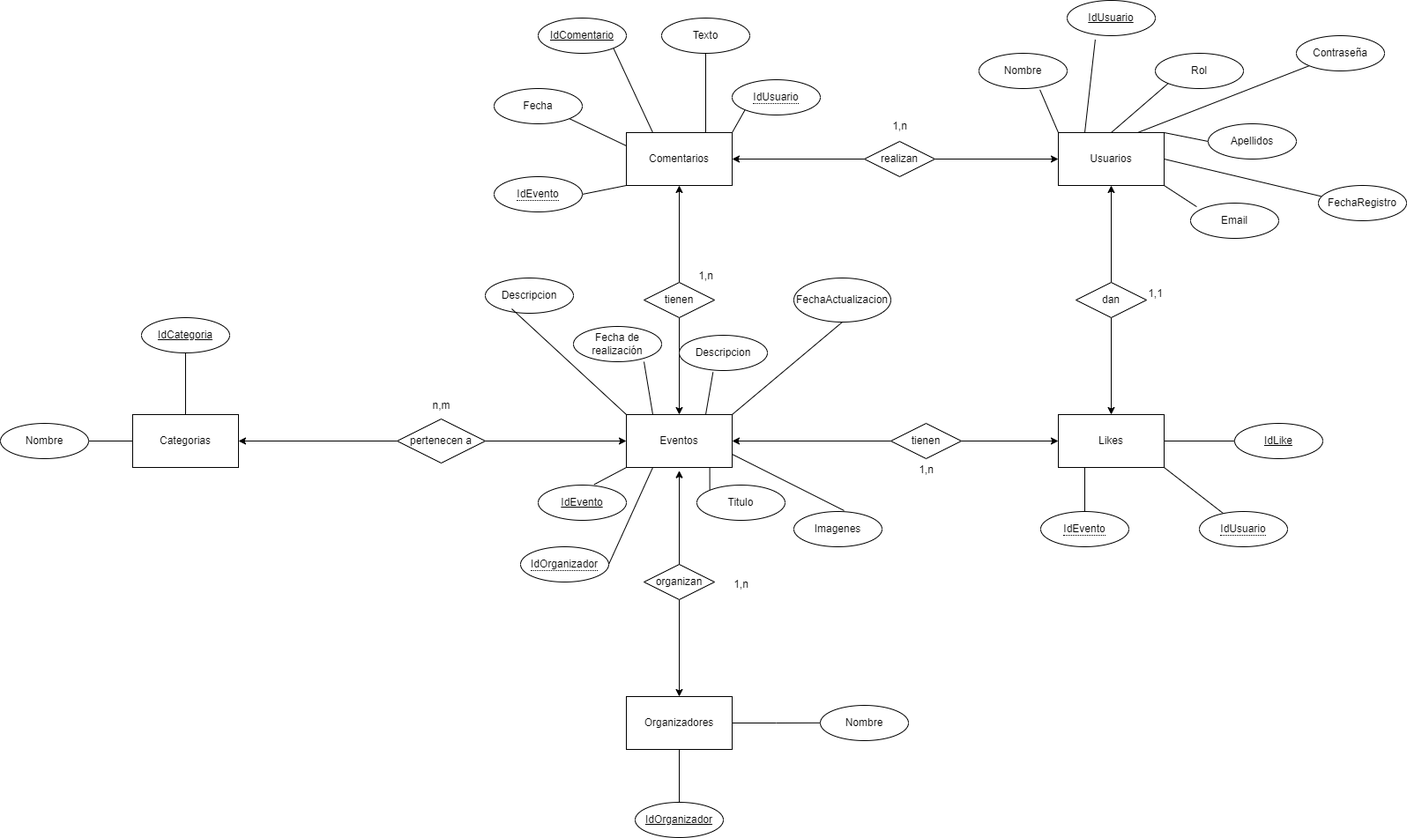
bibifupi/BitFest keeps this draw.io diagram as BitFest.drawio.png. Above is the earlier version. Source tidied: cells renumbered, new cells last; positions are measured from the earlier drawing's top-left corner, leaving out a move shared by most shapes.
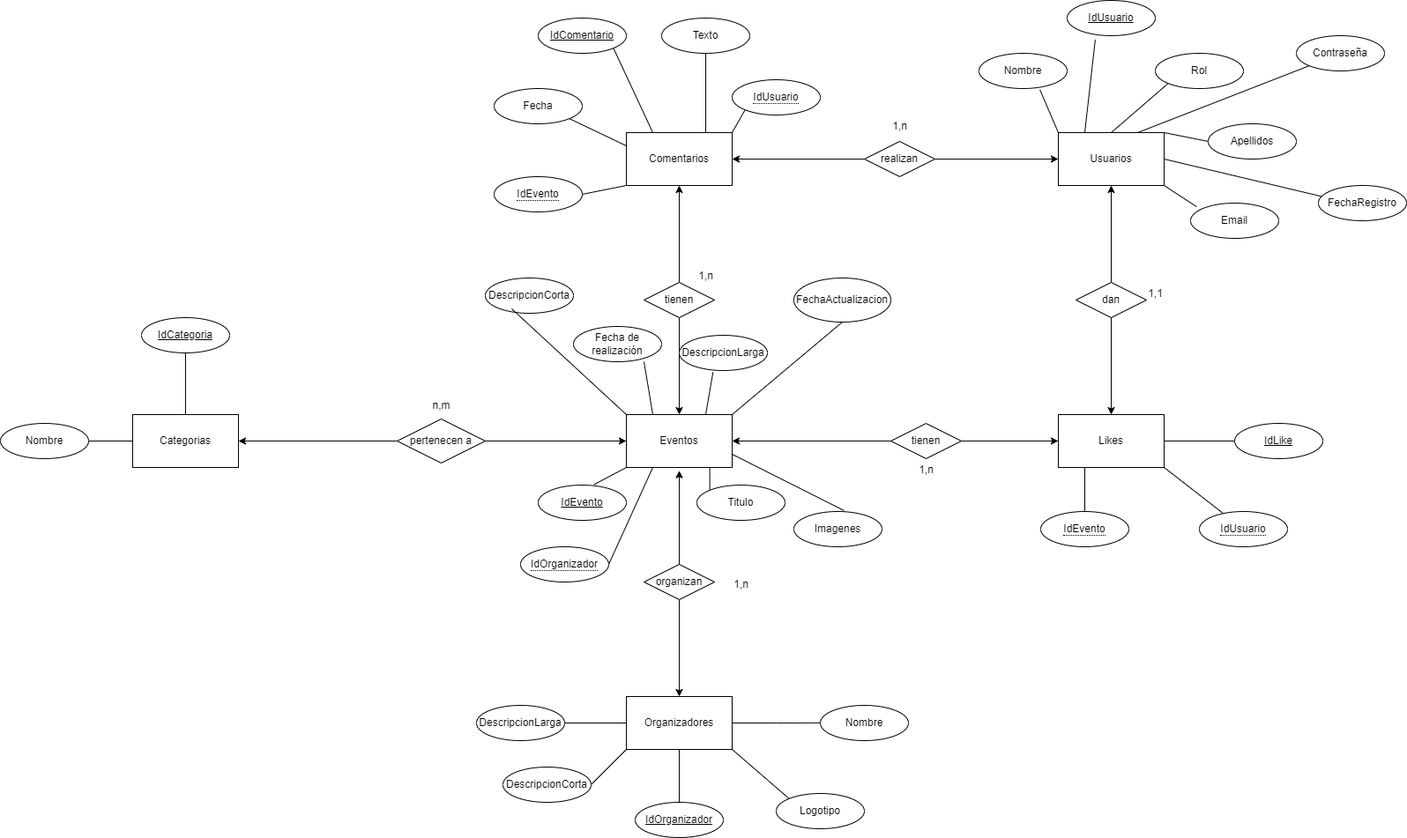
The same diagram one commit later.

Commit message:
modificacion diagrama

Change to the diagram source:
```diff
@@ -73,6 +73,12 @@
     <mxCell id="24" style="edgeStyle=orthogonalEdgeStyle;rounded=0;jettySize=auto;html=1;exitX=0.5;exitY=1;exitDx=0;exitDy=0;entryX=0.5;entryY=0;entryDx=0;entryDy=0;endArrow=none;endFill=0;" parent="1" edge="1" source="25" target="54">
       <mxGeometry relative="1" as="geometry" />
     </mxCell>
+    <mxCell id="86" style="rounded=0;jettySize=auto;html=1;exitX=0;exitY=1;exitDx=0;exitDy=0;entryX=1;entryY=0.5;entryDx=0;entryDy=0;endArrow=none;endFill=0;" parent="1" edge="1" source="25" target="90">
+      <mxGeometry relative="1" as="geometry" />
+    </mxCell>
+    <mxCell id="87" style="rounded=0;jettySize=auto;html=1;exitX=0;exitY=0.5;exitDx=0;exitDy=0;entryX=1;entryY=0.5;entryDx=0;entryDy=0;endArrow=none;endFill=0;" parent="1" edge="1" source="25" target="91">
+      <mxGeometry relative="1" as="geometry" />
+    </mxCell>
     <mxCell id="25" value="Organizadores" style="whiteSpace=wrap;html=1;" parent="1" vertex="1">
       <mxGeometry x="710" y="790" width="120" height="60" as="geometry" />
     </mxCell>
@@ -124,7 +130,7 @@
     <mxCell id="41" value="Titulo" style="ellipse;whiteSpace=wrap;html=1;align=center;" parent="1" vertex="1">
       <mxGeometry x="790" y="550" width="100" height="40" as="geometry" />
     </mxCell>
-    <mxCell id="42" value="Descripcion" style="ellipse;whiteSpace=wrap;html=1;align=center;" parent="1" vertex="1">
+    <mxCell id="42" value="DescripcionLarga" style="ellipse;whiteSpace=wrap;html=1;align=center;" parent="1" vertex="1">
       <mxGeometry x="770" y="380" width="100" height="40" as="geometry" />
     </mxCell>
     <mxCell id="43" value="Fecha de realización" style="ellipse;whiteSpace=wrap;html=1;align=center;" parent="1" vertex="1">
@@ -133,7 +139,7 @@
     <mxCell id="44" value="FechaActualizacion" style="ellipse;whiteSpace=wrap;html=1;align=center;" parent="1" vertex="1">
       <mxGeometry x="900" y="315" width="110" height="50" as="geometry" />
     </mxCell>
-    <mxCell id="45" value="Descripcion" style="ellipse;whiteSpace=wrap;html=1;align=center;" parent="1" vertex="1">
+    <mxCell id="45" value="DescripcionCorta" style="ellipse;whiteSpace=wrap;html=1;align=center;" parent="1" vertex="1">
       <mxGeometry x="550" y="315" width="100" height="40" as="geometry" />
     </mxCell>
     <mxCell id="46" value="&lt;span style=&quot;border-bottom: 1px dotted&quot;&gt;IdOrganizador&lt;/span&gt;" style="ellipse;whiteSpace=wrap;html=1;align=center;" parent="1" vertex="1">
@@ -256,5 +262,17 @@
     <mxCell id="85" value="1,1" style="text;html=1;align=center;verticalAlign=middle;strokeColor=none;fillColor=none;" parent="1" vertex="1">
       <mxGeometry x="1290" y="318" width="40" height="30" as="geometry" />
     </mxCell>
+    <mxCell id="88" style="rounded=0;jettySize=auto;html=1;exitX=0;exitY=0;exitDx=0;exitDy=0;entryX=1;entryY=1;entryDx=0;entryDy=0;endArrow=none;endFill=0;" parent="1" edge="1" source="89" target="25">
+      <mxGeometry relative="1" as="geometry" />
+    </mxCell>
+    <mxCell id="89" value="Logotipo" style="ellipse;whiteSpace=wrap;html=1;align=center;" parent="1" vertex="1">
+      <mxGeometry x="880" y="900" width="100" height="40" as="geometry" />
+    </mxCell>
+    <mxCell id="90" value="DescripcionCorta" style="ellipse;whiteSpace=wrap;html=1;align=center;" parent="1" vertex="1">
+      <mxGeometry x="570" y="870" width="100" height="40" as="geometry" />
+    </mxCell>
+    <mxCell id="91" value="DescripcionLarga" style="ellipse;whiteSpace=wrap;html=1;align=center;" parent="1" vertex="1">
+      <mxGeometry x="540" y="800" width="100" height="40" as="geometry" />
+    </mxCell>
   </root>
 </mxGraphModel>
```
